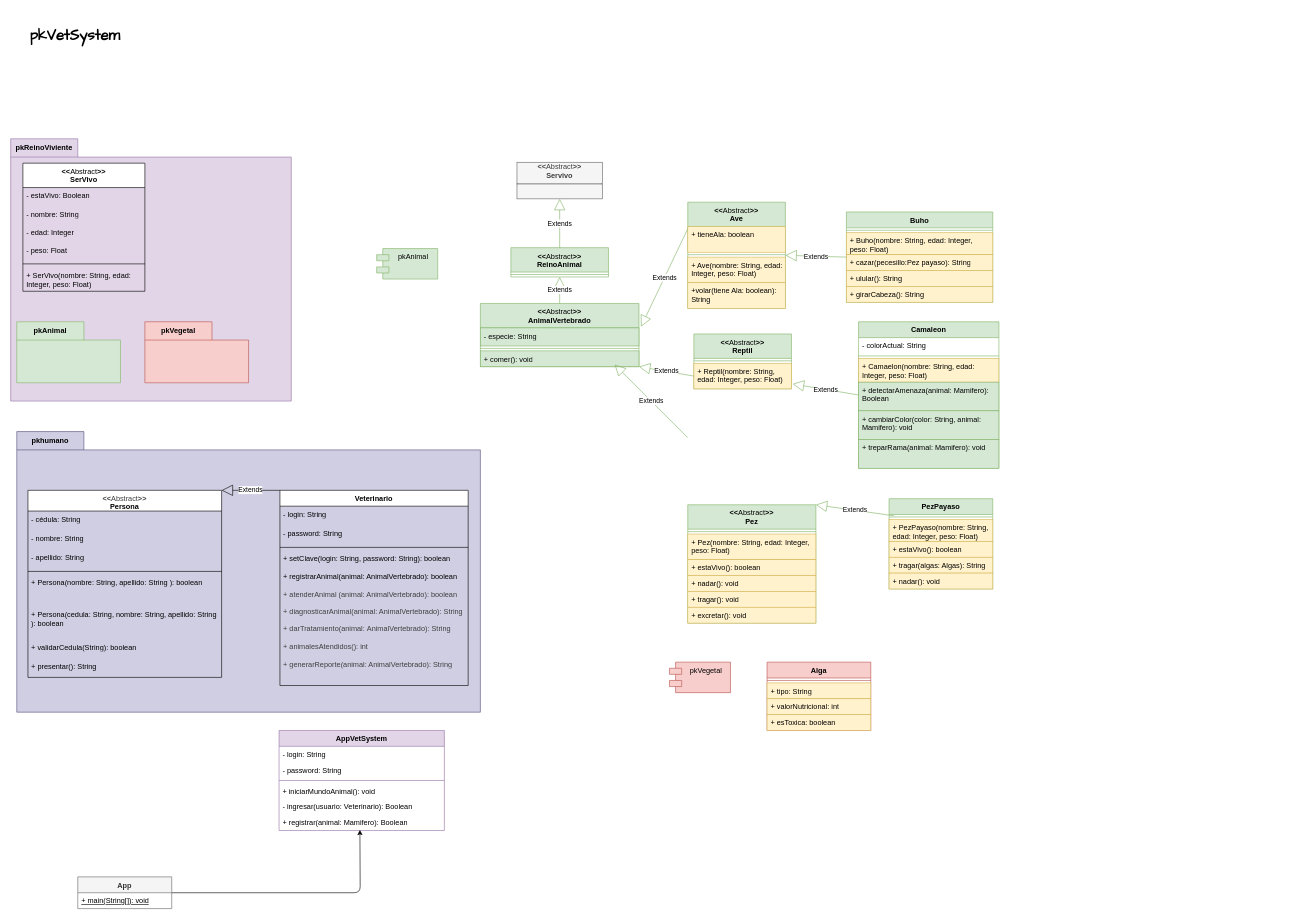
Earlier version of the draw.io diagram g1_ReinoAnimal/design/01ClassDiagram.drawio (Anthonio16/g1_ReinoAnimal). Source tidied: cells renumbered, new cells numbered last; positions are measured from the earlier drawing's top-left corner, leaving out a move shared by most shapes. Both pictures are drawn from the tidied source at 61%, with x=0, y=0 at pixel (10, 10).
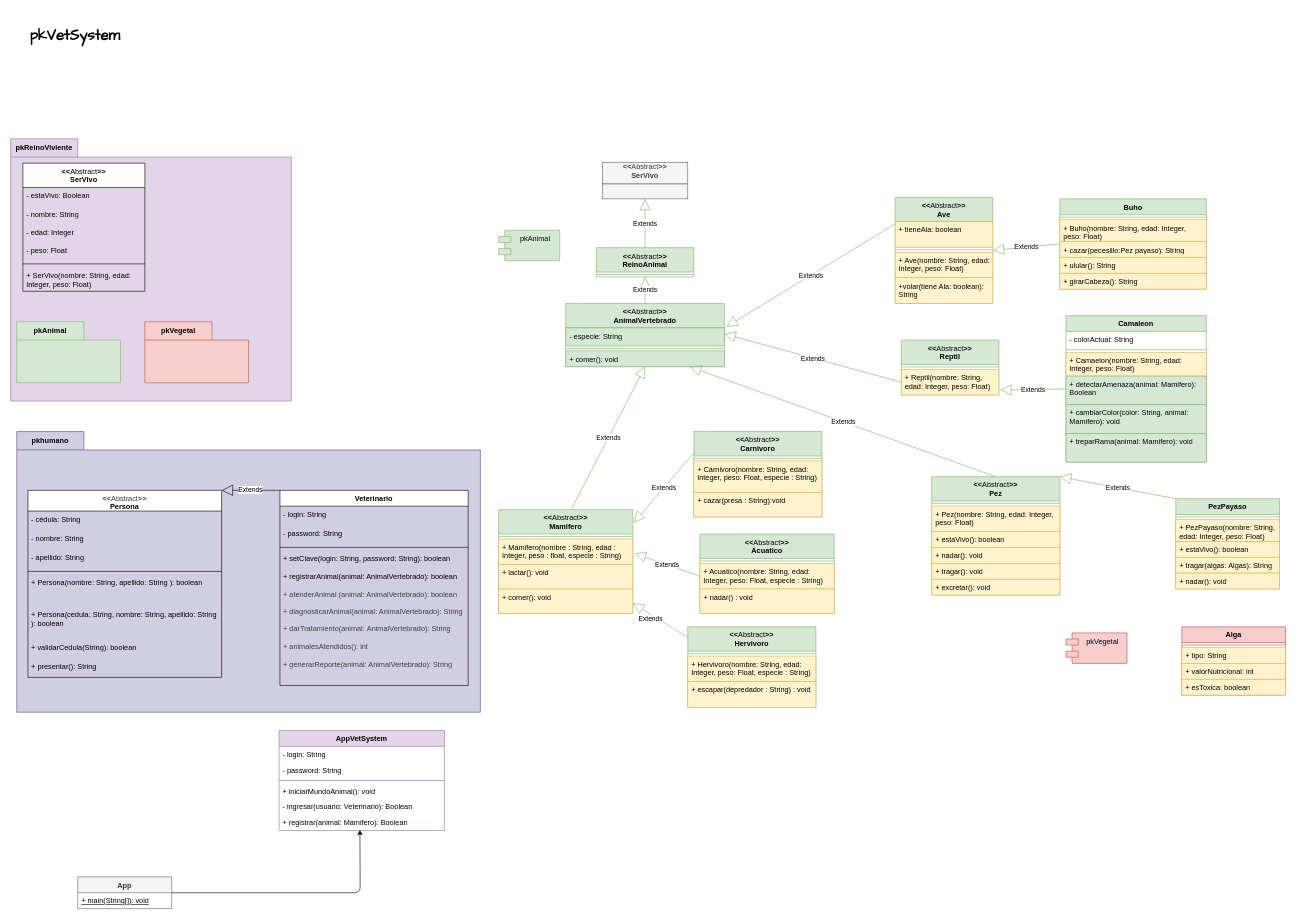
Above is the later version.

Unchanged cells that the change refers to:
```xml
<mxCell id="35" value="- especie: String" style="text;strokeColor=#82b366;fillColor=#d5e8d4;align=left;verticalAlign=top;spacingLeft=4;spacingRight=4;overflow=hidden;points=[[0,0.5],[1,0.5]];portConstraint=eastwest;whiteSpace=wrap;html=1;" parent="34" vertex="1">
  <mxGeometry y="40" width="260" height="29.7" as="geometry" />
</mxCell>
<mxCell id="37" value="+ comer(): void" style="text;strokeColor=#82b366;fillColor=#d5e8d4;align=left;verticalAlign=top;spacingLeft=4;spacingRight=4;overflow=hidden;points=[[0,0.5],[1,0.5]];portConstraint=eastwest;whiteSpace=wrap;html=1;" parent="34" vertex="1">
  <mxGeometry y="77.7" width="260" height="26" as="geometry" />
</mxCell>
<mxCell id="59" value="+ Reptil(n&lt;span style=&quot;color: rgb(0, 0, 0);&quot;&gt;ombre: String, edad: Integer, peso: Float&lt;/span&gt;)" style="text;strokeColor=#d6b656;fillColor=#fff2cc;align=left;verticalAlign=top;spacingLeft=4;spacingRight=4;overflow=hidden;points=[[0,0.5],[1,0.5]];portConstraint=eastwest;whiteSpace=wrap;html=1;" parent="57" vertex="1">
  <mxGeometry y="48" width="160" height="42" as="geometry" />
</mxCell>
```

Diff of the diagram source:
```diff
@@
     <mxCell id="34" value="&lt;div&gt;&amp;lt;&amp;lt;&lt;span style=&quot;font-weight: normal;&quot;&gt;Abstract&lt;/span&gt;&amp;gt;&amp;gt;&lt;/div&gt;&lt;div&gt;AnimalVertebrado&lt;/div&gt;" style="swimlane;fontStyle=1;align=center;verticalAlign=top;horizontal=1;startSize=40;whiteSpace=wrap;html=1;fillColor=#d5e8d4;strokeColor=#82b366;" parent="1" vertex="1">
-      <mxGeometry x="770" y="480" width="260" height="103.7" as="geometry" />
+      <mxGeometry x="910" y="480" width="260" height="103.7" as="geometry" />
     </mxCell>
@@
     <mxCell id="38" value="&lt;div&gt;&amp;lt;&amp;lt;&lt;span style=&quot;font-weight: normal;&quot;&gt;Abstract&lt;/span&gt;&amp;gt;&amp;gt;&lt;/div&gt;&lt;div&gt;ReinoAnimal&lt;/div&gt;" style="swimlane;fontStyle=1;align=center;verticalAlign=top;horizontal=1;startSize=40;whiteSpace=wrap;html=1;fillColor=#d5e8d4;strokeColor=#82b366;" parent="1" vertex="1">
-      <mxGeometry x="820" y="388.5" width="160" height="48" as="geometry" />
+      <mxGeometry x="960" y="388.5" width="160" height="48" as="geometry" />
     </mxCell>
@@
     <mxCell id="42" value="&lt;div&gt;&amp;lt;&amp;lt;&lt;span style=&quot;font-weight: normal;&quot;&gt;Abstract&lt;/span&gt;&amp;gt;&amp;gt;&lt;/div&gt;&lt;div&gt;Ave&lt;/div&gt;" style="swimlane;fontStyle=1;align=center;verticalAlign=top;horizontal=1;startSize=40;whiteSpace=wrap;html=1;fillColor=#d5e8d4;strokeColor=#82b366;" parent="1" vertex="1">
-      <mxGeometry x="1110" y="314" width="160" height="174" as="geometry" />
+      <mxGeometry x="1450" y="306" width="160" height="174" as="geometry" />
     </mxCell>
@@
     <mxCell id="48" value="&lt;div&gt;Buho&lt;/div&gt;" style="swimlane;fontStyle=1;align=center;verticalAlign=top;horizontal=1;startSize=26;whiteSpace=wrap;html=1;fillColor=#d5e8d4;strokeColor=#82b366;" parent="1" vertex="1">
-      <mxGeometry x="1370" y="330" width="240" height="148" as="geometry" />
+      <mxGeometry x="1720" y="308.5" width="240" height="148" as="geometry" />
     </mxCell>
@@
     <mxCell id="54" value="pkAnimal" style="shape=module;align=left;spacingLeft=20;align=center;verticalAlign=top;whiteSpace=wrap;html=1;fillColor=#d5e8d4;strokeColor=#82b366;" parent="1" vertex="1">
-      <mxGeometry x="600" y="390" width="100" height="50" as="geometry" />
+      <mxGeometry x="800" y="360" width="100" height="50" as="geometry" />
     </mxCell>
-    <mxCell id="55" value="&lt;div style=&quot;color: rgb(63, 63, 63); scrollbar-color: rgb(226, 226, 226) rgb(251, 251, 251); font-weight: 700; text-align: center;&quot;&gt;&amp;lt;&amp;lt;&lt;span style=&quot;color: rgb(63, 63, 63); scrollbar-color: rgb(226, 226, 226) rgb(251, 251, 251); font-weight: normal;&quot;&gt;Abstract&lt;/span&gt;&amp;gt;&amp;gt;&lt;/div&gt;&lt;div style=&quot;color: rgb(63, 63, 63); scrollbar-color: rgb(226, 226, 226) rgb(251, 251, 251); font-weight: 700; text-align: center;&quot;&gt;Servivo&lt;/div&gt;&lt;hr size=&quot;1&quot; style=&quot;border-style:solid;&quot;&gt;&lt;div style=&quot;height:2px;&quot;&gt;&lt;/div&gt;" style="verticalAlign=top;align=left;overflow=fill;html=1;whiteSpace=wrap;fillColor=#f5f5f5;strokeColor=#666666;fontColor=#333333;" parent="1" vertex="1">
-      <mxGeometry x="830" y="248.5" width="140" height="60" as="geometry" />
+    <mxCell id="55" value="&lt;div style=&quot;color: rgb(63, 63, 63); scrollbar-color: rgb(226, 226, 226) rgb(251, 251, 251); font-weight: 700; text-align: center;&quot;&gt;&amp;lt;&amp;lt;&lt;span style=&quot;color: rgb(63, 63, 63); scrollbar-color: rgb(226, 226, 226) rgb(251, 251, 251); font-weight: normal;&quot;&gt;Abstract&lt;/span&gt;&amp;gt;&amp;gt;&lt;/div&gt;&lt;div style=&quot;color: rgb(63, 63, 63); scrollbar-color: rgb(226, 226, 226) rgb(251, 251, 251); font-weight: 700; text-align: center;&quot;&gt;SerVivo&lt;/div&gt;&lt;hr size=&quot;1&quot; style=&quot;border-style:solid;&quot;&gt;&lt;div style=&quot;height:2px;&quot;&gt;&lt;/div&gt;" style="verticalAlign=top;align=left;overflow=fill;html=1;whiteSpace=wrap;fillColor=#f5f5f5;strokeColor=#666666;fontColor=#333333;" parent="1" vertex="1">
+      <mxGeometry x="970" y="248.5" width="140" height="60" as="geometry" />
     </mxCell>
@@
     <mxCell id="57" value="&lt;div&gt;&amp;lt;&amp;lt;&lt;span style=&quot;font-weight: normal;&quot;&gt;Abstract&lt;/span&gt;&amp;gt;&amp;gt;&lt;/div&gt;&lt;div&gt;Reptil&lt;/div&gt;" style="swimlane;fontStyle=1;align=center;verticalAlign=top;horizontal=1;startSize=40;whiteSpace=wrap;html=1;fillColor=#d5e8d4;strokeColor=#82b366;" parent="1" vertex="1">
-      <mxGeometry x="1120" y="530" width="160" height="90" as="geometry" />
+      <mxGeometry x="1460" y="540" width="160" height="90" as="geometry" />
     </mxCell>
@@
     <mxCell id="60" value="&lt;div&gt;Camaleon&lt;/div&gt;" style="swimlane;fontStyle=1;align=center;verticalAlign=top;horizontal=1;startSize=26;whiteSpace=wrap;html=1;fillColor=#d5e8d4;strokeColor=#82b366;" parent="1" vertex="1">
-      <mxGeometry x="1390" y="510" width="230" height="240.1" as="geometry" />
+      <mxGeometry x="1730" y="500" width="230" height="240.1" as="geometry" />
     </mxCell>
@@
-    <mxCell id="68" value="Extends" style="endArrow=block;endSize=16;endFill=0;html=1;entryX=1;entryY=1;entryDx=0;entryDy=0;fillColor=#d5e8d4;strokeColor=#82b366;exitX=0;exitY=0.5;exitDx=0;exitDy=0;" parent="1" edge="1" source="59" target="34">
+    <mxCell id="68" value="Extends" style="endArrow=block;endSize=16;endFill=0;html=1;fillColor=#d5e8d4;strokeColor=#82b366;exitX=0;exitY=0.5;exitDx=0;exitDy=0;entryX=1;entryY=0.336;entryDx=0;entryDy=0;entryPerimeter=0;" parent="1" edge="1" source="59" target="35">
       <mxGeometry relative="1" as="geometry" />
     </mxCell>
@@
     <mxCell id="79" value="&lt;div&gt;&amp;lt;&amp;lt;&lt;span style=&quot;font-weight: normal;&quot;&gt;Abstract&lt;/span&gt;&amp;gt;&amp;gt;&lt;/div&gt;&lt;div&gt;Pez&lt;/div&gt;" style="swimlane;fontStyle=1;align=center;verticalAlign=top;horizontal=1;startSize=40;whiteSpace=wrap;html=1;fillColor=#d5e8d4;strokeColor=#82b366;" parent="1" vertex="1">
-      <mxGeometry x="1110" y="810" width="210" height="194" as="geometry" />
+      <mxGeometry x="1510" y="764" width="210" height="194" as="geometry" />
     </mxCell>
@@
     <mxCell id="86" value="&lt;div&gt;PezPayaso&lt;/div&gt;" style="swimlane;fontStyle=1;align=center;verticalAlign=top;horizontal=1;startSize=26;whiteSpace=wrap;html=1;fillColor=#d5e8d4;strokeColor=#82b366;" parent="1" vertex="1">
-      <mxGeometry x="1440" y="800" width="170" height="148" as="geometry" />
+      <mxGeometry x="1910" y="800" width="170" height="148" as="geometry" />
     </mxCell>
@@
     <mxCell id="92" value="&lt;div&gt;Alga&lt;/div&gt;" style="swimlane;fontStyle=1;align=center;verticalAlign=top;horizontal=1;startSize=26;whiteSpace=wrap;html=1;fillColor=#f8cecc;strokeColor=#b85450;" parent="1" vertex="1">
-      <mxGeometry x="1240" y="1068" width="170" height="112" as="geometry" />
+      <mxGeometry x="1920" y="1010" width="170" height="112" as="geometry" />
     </mxCell>
@@
-    <mxCell id="97" value="Extends" style="endArrow=block;endSize=16;endFill=0;html=1;entryX=1;entryY=0;entryDx=0;entryDy=0;exitX=0;exitY=0.5;exitDx=0;exitDy=0;fillColor=#d5e8d4;strokeColor=#82b366;" parent="1" edge="1" target="79">
-      <mxGeometry relative="1" as="geometry">
-        <mxPoint x="1448" y="828" as="sourcePoint" />
-      </mxGeometry>
+    <mxCell id="97" value="Extends" style="endArrow=block;endSize=16;endFill=0;html=1;entryX=1;entryY=0;entryDx=0;entryDy=0;exitX=0;exitY=0;exitDx=0;exitDy=0;fillColor=#d5e8d4;strokeColor=#82b366;" parent="1" edge="1" source="86" target="79">
+      <mxGeometry relative="1" as="geometry" />
     </mxCell>
-    <mxCell id="98" value="Extends" style="endArrow=block;endSize=16;endFill=0;html=1;entryX=0.846;entryY=0.856;entryDx=0;entryDy=0;fillColor=#d5e8d4;strokeColor=#82b366;entryPerimeter=0;" parent="1" edge="1" target="37">
-      <mxGeometry relative="1" as="geometry">
-        <mxPoint x="1110" y="700" as="sourcePoint" />
-      </mxGeometry>
+    <mxCell id="98" value="Extends" style="endArrow=block;endSize=16;endFill=0;html=1;entryX=0.783;entryY=1.006;entryDx=0;entryDy=0;fillColor=#d5e8d4;strokeColor=#82b366;entryPerimeter=0;exitX=0.5;exitY=0;exitDx=0;exitDy=0;" parent="1" edge="1" source="79" target="37">
+      <mxGeometry relative="1" as="geometry" />
     </mxCell>
     <mxCell id="99" value="pkVegetal" style="shape=module;align=left;spacingLeft=20;align=center;verticalAlign=top;whiteSpace=wrap;html=1;fillColor=#f8cecc;strokeColor=#b85450;" parent="1" vertex="1">
-      <mxGeometry x="1080" y="1068" width="100" height="50" as="geometry" />
+      <mxGeometry x="1730" y="1020" width="100" height="50" as="geometry" />
     </mxCell>
+    <mxCell id="100" value="&lt;div&gt;&amp;lt;&amp;lt;&lt;span style=&quot;font-weight: normal;&quot;&gt;Abstract&lt;/span&gt;&amp;gt;&amp;gt;&lt;/div&gt;&lt;div&gt;Mamifero&lt;/div&gt;" style="swimlane;fontStyle=1;align=center;verticalAlign=top;horizontal=1;startSize=40;whiteSpace=wrap;html=1;fillColor=#d5e8d4;strokeColor=#82b366;" parent="1" vertex="1">
+      <mxGeometry x="800" y="818" width="220" height="170" as="geometry" />
+    </mxCell>
+    <mxCell id="101" style="line;strokeWidth=1;fillColor=#d5e8d4;align=left;verticalAlign=middle;spacingTop=-1;spacingLeft=3;spacingRight=3;labelPosition=right;strokeColor=#82b366;" parent="100" vertex="1">
+      <mxGeometry y="40" width="220" height="8" as="geometry" />
+    </mxCell>
+    <mxCell id="102" value="+ Mamifero(nombre : String, edad : Integer, peso : float, especie : String)&amp;nbsp;" style="text;strokeColor=#d6b656;fillColor=#fff2cc;align=left;verticalAlign=top;spacingLeft=4;spacingRight=4;overflow=hidden;whiteSpace=wrap;html=1;" parent="100" vertex="1">
+      <mxGeometry y="48" width="220" height="42" as="geometry" />
+    </mxCell>
+    <mxCell id="103" value="+ lactar(): void" style="text;strokeColor=#d6b656;fillColor=#fff2cc;align=left;verticalAlign=top;spacingLeft=4;spacingRight=4;overflow=hidden;whiteSpace=wrap;html=1;" parent="100" vertex="1">
+      <mxGeometry y="90" width="220" height="40" as="geometry" />
+    </mxCell>
+    <mxCell id="104" value="+ comer(): void" style="text;strokeColor=#d6b656;fillColor=#fff2cc;align=left;verticalAlign=top;spacingLeft=4;spacingRight=4;overflow=hidden;whiteSpace=wrap;html=1;" parent="100" vertex="1">
+      <mxGeometry y="130" width="220" height="40" as="geometry" />
+    </mxCell>
+    <mxCell id="105" value="&lt;div&gt;&amp;lt;&amp;lt;&lt;span style=&quot;font-weight: normal;&quot;&gt;Abstract&lt;/span&gt;&amp;gt;&amp;gt;&lt;/div&gt;&lt;div&gt;Carnivoro&lt;/div&gt;" style="swimlane;fontStyle=1;align=center;verticalAlign=top;horizontal=1;startSize=40;whiteSpace=wrap;html=1;fillColor=#d5e8d4;strokeColor=#82b366;" parent="1" vertex="1">
+      <mxGeometry x="1120" y="690" width="210" height="140" as="geometry" />
+    </mxCell>
+    <mxCell id="106" style="line;strokeWidth=1;fillColor=#d5e8d4;align=left;verticalAlign=middle;spacingTop=-1;spacingLeft=3;spacingRight=3;labelPosition=right;strokeColor=#82b366;" parent="105" vertex="1">
+      <mxGeometry y="40" width="210" height="8" as="geometry" />
+    </mxCell>
+    <mxCell id="107" value="+ Carnivoro(n&lt;span style=&quot;color: rgb(0, 0, 0);&quot;&gt;ombre: String, edad: Integer, peso: Float,&amp;nbsp;&lt;/span&gt;&lt;span style=&quot;color: rgb(0, 0, 0);&quot;&gt;especie : String&lt;/span&gt;)" style="text;strokeColor=#d6b656;fillColor=#fff2cc;align=left;verticalAlign=top;spacingLeft=4;spacingRight=4;overflow=hidden;whiteSpace=wrap;html=1;" parent="105" vertex="1">
+      <mxGeometry y="48" width="210" height="52" as="geometry" />
+    </mxCell>
+    <mxCell id="108" value="+ cazar(presa : String):void" style="text;strokeColor=#d6b656;fillColor=#fff2cc;align=left;verticalAlign=top;spacingLeft=4;spacingRight=4;overflow=hidden;whiteSpace=wrap;html=1;" parent="105" vertex="1">
+      <mxGeometry y="100" width="210" height="40" as="geometry" />
+    </mxCell>
+    <mxCell id="109" value="&lt;div&gt;&amp;lt;&amp;lt;&lt;span style=&quot;font-weight: normal;&quot;&gt;Abstract&lt;/span&gt;&amp;gt;&amp;gt;&lt;/div&gt;&lt;div&gt;Hervivoro&lt;/div&gt;" style="swimlane;fontStyle=1;align=center;verticalAlign=top;horizontal=1;startSize=40;whiteSpace=wrap;html=1;fillColor=#d5e8d4;strokeColor=#82b366;" parent="1" vertex="1">
+      <mxGeometry x="1110" y="1010" width="210" height="132" as="geometry" />
+    </mxCell>
+    <mxCell id="110" style="line;strokeWidth=1;fillColor=#d5e8d4;align=left;verticalAlign=middle;spacingTop=-1;spacingLeft=3;spacingRight=3;labelPosition=right;strokeColor=#82b366;" parent="109" vertex="1">
+      <mxGeometry y="40" width="210" height="8" as="geometry" />
+    </mxCell>
+    <mxCell id="111" value="+ Hervivoro(n&lt;span style=&quot;color: rgb(0, 0, 0);&quot;&gt;ombre: String, edad: Integer, peso: Float,&amp;nbsp;&lt;/span&gt;&lt;span style=&quot;color: rgb(0, 0, 0);&quot;&gt;especie : String&lt;/span&gt;)" style="text;strokeColor=#d6b656;fillColor=#fff2cc;align=left;verticalAlign=top;spacingLeft=4;spacingRight=4;overflow=hidden;whiteSpace=wrap;html=1;" parent="109" vertex="1">
+      <mxGeometry y="48" width="210" height="42" as="geometry" />
+    </mxCell>
+    <mxCell id="112" value="+ escapar(depredador : String) : void" style="text;strokeColor=#d6b656;fillColor=#fff2cc;align=left;verticalAlign=top;spacingLeft=4;spacingRight=4;overflow=hidden;whiteSpace=wrap;html=1;" parent="109" vertex="1">
+      <mxGeometry y="90" width="210" height="42" as="geometry" />
+    </mxCell>
+    <mxCell id="113" value="&lt;div&gt;&amp;lt;&amp;lt;&lt;span style=&quot;font-weight: normal;&quot;&gt;Abstract&lt;/span&gt;&amp;gt;&amp;gt;&lt;/div&gt;&lt;div&gt;Acuatico&lt;/div&gt;" style="swimlane;fontStyle=1;align=center;verticalAlign=top;horizontal=1;startSize=40;whiteSpace=wrap;html=1;fillColor=#d5e8d4;strokeColor=#82b366;" parent="1" vertex="1">
+      <mxGeometry x="1130" y="858" width="220" height="130" as="geometry" />
+    </mxCell>
+    <mxCell id="114" style="line;strokeWidth=1;fillColor=#d5e8d4;align=left;verticalAlign=middle;spacingTop=-1;spacingLeft=3;spacingRight=3;labelPosition=right;strokeColor=#82b366;" parent="113" vertex="1">
+      <mxGeometry y="40" width="220" height="8" as="geometry" />
+    </mxCell>
+    <mxCell id="115" value="+ Acuatico(n&lt;span style=&quot;color: rgb(0, 0, 0);&quot;&gt;ombre: String, edad: Integer, peso: Float,&amp;nbsp;&lt;/span&gt;&lt;span style=&quot;color: rgb(0, 0, 0);&quot;&gt;especie : String&lt;/span&gt;)" style="text;strokeColor=#d6b656;fillColor=#fff2cc;align=left;verticalAlign=top;spacingLeft=4;spacingRight=4;overflow=hidden;whiteSpace=wrap;html=1;" parent="113" vertex="1">
+      <mxGeometry y="48" width="220" height="42" as="geometry" />
+    </mxCell>
+    <mxCell id="116" value="+ nadar() : void" style="text;strokeColor=#d6b656;fillColor=#fff2cc;align=left;verticalAlign=top;spacingLeft=4;spacingRight=4;overflow=hidden;whiteSpace=wrap;html=1;" parent="113" vertex="1">
+      <mxGeometry y="90" width="220" height="40" as="geometry" />
+    </mxCell>
+    <mxCell id="117" value="Extends" style="endArrow=block;endSize=16;endFill=0;html=1;fillColor=#d5e8d4;strokeColor=#82b366;exitX=0;exitY=0.133;exitDx=0;exitDy=0;exitPerimeter=0;" parent="1" edge="1" source="109" target="100">
+      <mxGeometry x="0.28" y="6" relative="1" as="geometry" />
+    </mxCell>
+    <mxCell id="118" value="Extends" style="endArrow=block;endSize=16;endFill=0;html=1;entryX=1.007;entryY=0.126;entryDx=0;entryDy=0;fillColor=#d5e8d4;strokeColor=#82b366;entryPerimeter=0;exitX=0;exitY=0.25;exitDx=0;exitDy=0;" parent="1" edge="1" source="105" target="100">
+      <mxGeometry relative="1" as="geometry" />
+    </mxCell>
+    <mxCell id="119" value="Extends" style="endArrow=block;endSize=16;endFill=0;html=1;entryX=0.5;entryY=1;entryDx=0;entryDy=0;fillColor=#d5e8d4;strokeColor=#82b366;exitX=0.543;exitY=-0.007;exitDx=0;exitDy=0;exitPerimeter=0;" parent="1" edge="1" source="100" target="34">
+      <mxGeometry relative="1" as="geometry" />
+    </mxCell>
+    <mxCell id="120" value="Extends" style="endArrow=block;endSize=16;endFill=0;html=1;fillColor=#d5e8d4;strokeColor=#82b366;exitX=-0.001;exitY=0.201;exitDx=0;exitDy=0;exitPerimeter=0;" parent="1" edge="1">
+      <mxGeometry relative="1" as="geometry">
+        <mxPoint x="1130" y="927.2" as="sourcePoint" />
+        <mxPoint x="1023" y="890" as="targetPoint" />
+      </mxGeometry>
+    </mxCell>
```
